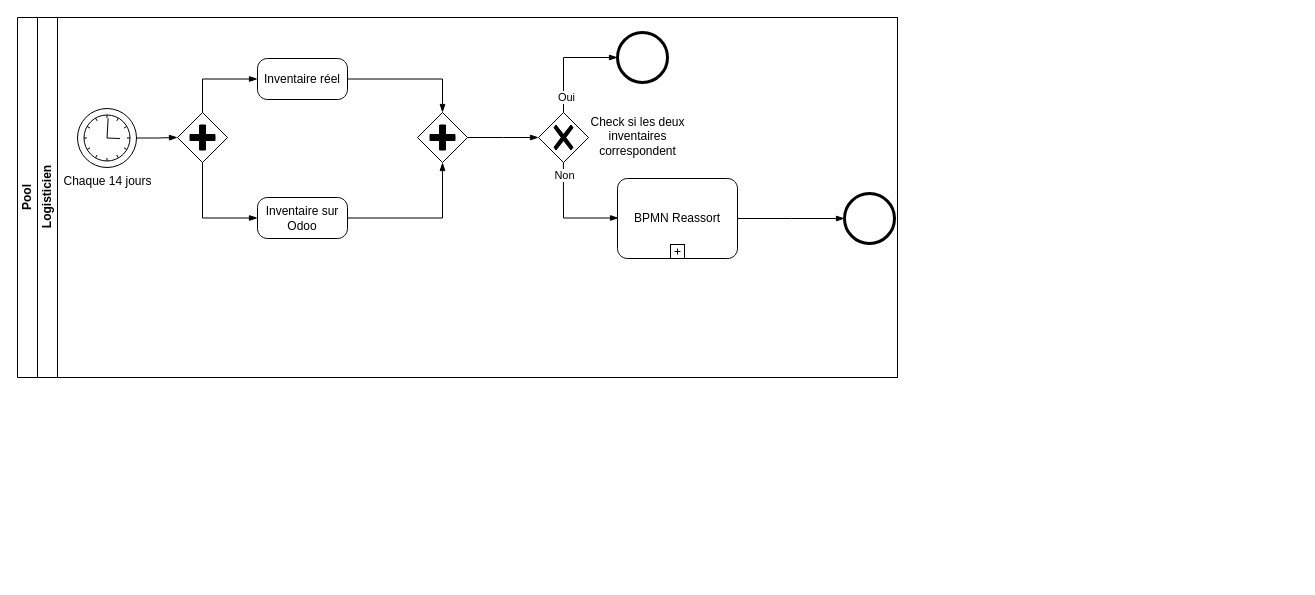
Earlier version of the draw.io diagram Inventaire.drawio (quemet/Draw.io). Source tidied: cells renumbered, new cells numbered last; positions are measured from the earlier drawing's top-left corner, leaving out a move shared by most shapes. Both pictures are drawn from the tidied source at 100%, with x=0, y=0 at pixel (17, 17).
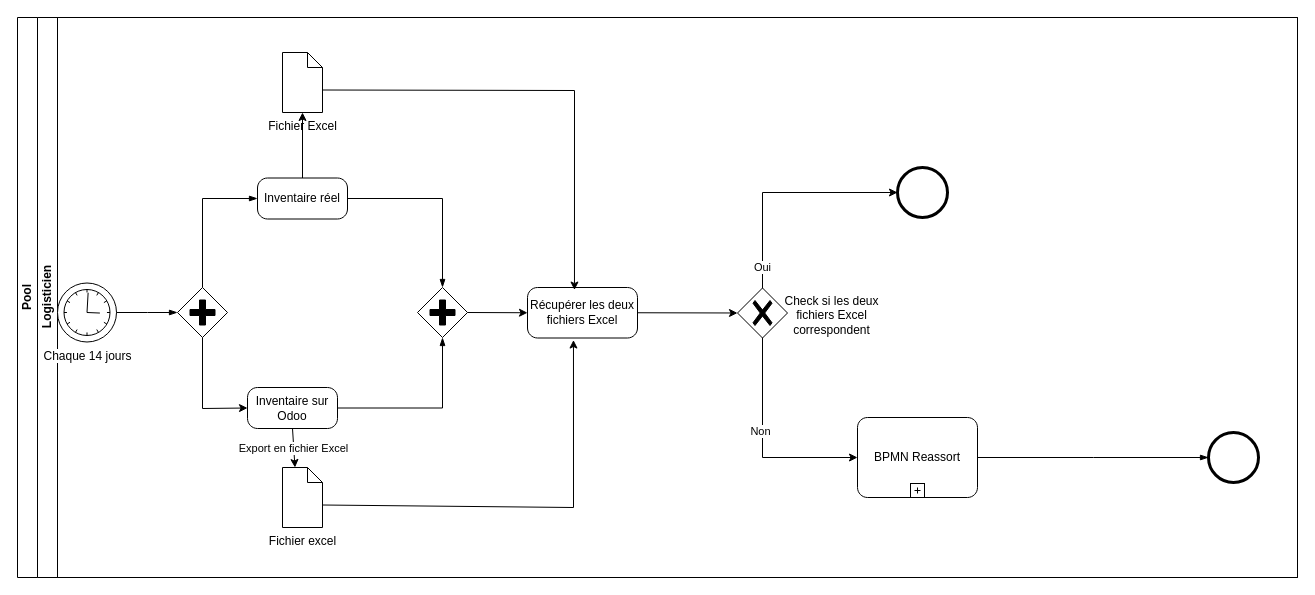
Above is the later version.

Commit message:
Mettre à jour Inventaire.drawio

Change to the diagram source:
```diff
@@
     <mxCell id="2" value="Pool" style="swimlane;html=1;horizontal=0;startSize=20;whiteSpace=wrap;" parent="1" vertex="1">
-      <mxGeometry width="880" height="360" as="geometry" />
+      <mxGeometry width="1280" height="560" as="geometry" />
     </mxCell>
     <mxCell id="3" value="Logisticien" style="swimlane;html=1;startSize=20;horizontal=0;" parent="2" vertex="1">
-      <mxGeometry x="20" width="860" height="360" as="geometry" />
+      <mxGeometry x="20" width="1260" height="560" as="geometry" />
     </mxCell>
     <mxCell id="4" value="Chaque 14 jours" style="points=[[0.145,0.145,0],[0.5,0,0],[0.855,0.145,0],[1,0.5,0],[0.855,0.855,0],[0.5,1,0],[0.145,0.855,0],[0,0.5,0]];shape=mxgraph.bpmn.event;html=1;verticalLabelPosition=bottom;labelBackgroundColor=#ffffff;verticalAlign=top;align=center;perimeter=ellipsePerimeter;outlineConnect=0;outline=standard;symbol=timer;" parent="3" vertex="1">
-      <mxGeometry x="40" y="91" width="59" height="59" as="geometry" />
+      <mxGeometry x="20" y="265.5" width="59" height="59" as="geometry" />
     </mxCell>
     <mxCell id="5" style="points=[[0.25,0.25,0],[0.5,0,0],[0.75,0.25,0],[1,0.5,0],[0.75,0.75,0],[0.5,1,0],[0.25,0.75,0],[0,0.5,0]];shape=mxgraph.bpmn.gateway2;html=1;verticalLabelPosition=bottom;labelBackgroundColor=#ffffff;verticalAlign=top;align=center;perimeter=rhombusPerimeter;outlineConnect=0;outline=none;symbol=none;gwType=parallel;" parent="3" vertex="1">
-      <mxGeometry x="140" y="95" width="50" height="50" as="geometry" />
+      <mxGeometry x="140" y="270" width="50" height="50" as="geometry" />
     </mxCell>
     <mxCell id="6" style="points=[[0.25,0.25,0],[0.5,0,0],[0.75,0.25,0],[1,0.5,0],[0.75,0.75,0],[0.5,1,0],[0.25,0.75,0],[0,0.5,0]];shape=mxgraph.bpmn.gateway2;html=1;verticalLabelPosition=bottom;labelBackgroundColor=#ffffff;verticalAlign=top;align=center;perimeter=rhombusPerimeter;outlineConnect=0;outline=none;symbol=none;gwType=parallel;" parent="3" vertex="1">
-      <mxGeometry x="380" y="95" width="50" height="50" as="geometry" />
+      <mxGeometry x="380" y="270" width="50" height="50" as="geometry" />
     </mxCell>
     <mxCell id="7" value="Inventaire réel" style="points=[[0.25,0,0],[0.5,0,0],[0.75,0,0],[1,0.25,0],[1,0.5,0],[1,0.75,0],[0.75,1,0],[0.5,1,0],[0.25,1,0],[0,0.75,0],[0,0.5,0],[0,0.25,0]];shape=mxgraph.bpmn.task;whiteSpace=wrap;rectStyle=rounded;size=10;html=1;taskMarker=abstract;" parent="3" vertex="1">
-      <mxGeometry x="220" y="41" width="90" height="41" as="geometry" />
+      <mxGeometry x="220" y="160.5" width="90" height="41" as="geometry" />
     </mxCell>
     <mxCell id="8" value="Inventaire sur Odoo" style="points=[[0.25,0,0],[0.5,0,0],[0.75,0,0],[1,0.25,0],[1,0.5,0],[1,0.75,0],[0.75,1,0],[0.5,1,0],[0.25,1,0],[0,0.75,0],[0,0.5,0],[0,0.25,0]];shape=mxgraph.bpmn.task;whiteSpace=wrap;rectStyle=rounded;size=10;html=1;taskMarker=abstract;" parent="3" vertex="1">
-      <mxGeometry x="220" y="180" width="90" height="41" as="geometry" />
+      <mxGeometry x="210" y="370" width="90" height="41" as="geometry" />
     </mxCell>
     <mxCell id="9" style="edgeStyle=elbowEdgeStyle;fontSize=12;html=1;endArrow=blockThin;endFill=1;rounded=0;entryX=0;entryY=0.5;entryDx=0;entryDy=0;entryPerimeter=0;exitX=0.5;exitY=0;exitDx=0;exitDy=0;exitPerimeter=0;" parent="3" edge="1" source="5" target="7">
       <mxGeometry relative="1" as="geometry">
         <Array as="points">
-          <mxPoint x="165" y="70" />
+          <mxPoint x="165" y="220" />
         </Array>
       </mxGeometry>
     </mxCell>
-    <mxCell id="10" style="edgeStyle=elbowEdgeStyle;fontSize=12;html=1;endArrow=blockThin;endFill=1;rounded=0;entryX=0;entryY=0.5;entryDx=0;entryDy=0;entryPerimeter=0;exitX=0.5;exitY=1;exitDx=0;exitDy=0;exitPerimeter=0;" parent="3" edge="1" source="5" target="8">
-      <mxGeometry relative="1" as="geometry">
-        <Array as="points">
-          <mxPoint x="165" y="200" />
-        </Array>
-      </mxGeometry>
-    </mxCell>
     <mxCell id="11" style="edgeStyle=elbowEdgeStyle;fontSize=12;html=1;endArrow=blockThin;endFill=1;rounded=0;entryX=0.5;entryY=0;entryDx=0;entryDy=0;entryPerimeter=0;exitX=1;exitY=0.5;exitDx=0;exitDy=0;exitPerimeter=0;" parent="3" edge="1" source="7" target="6">
       <mxGeometry relative="1" as="geometry">
         <Array as="points">
-          <mxPoint x="405" y="70" />
+          <mxPoint x="405" y="220" />
         </Array>
       </mxGeometry>
     </mxCell>
     <mxCell id="12" style="edgeStyle=elbowEdgeStyle;fontSize=12;html=1;endArrow=blockThin;endFill=1;rounded=0;entryX=0.5;entryY=1;entryDx=0;entryDy=0;entryPerimeter=0;exitX=1;exitY=0.5;exitDx=0;exitDy=0;exitPerimeter=0;" parent="3" edge="1" source="8" target="6">
       <mxGeometry relative="1" as="geometry">
         <Array as="points">
-          <mxPoint x="405" y="190" />
+          <mxPoint x="405" y="400" />
         </Array>
       </mxGeometry>
     </mxCell>
@@
-    <mxCell id="14" style="edgeStyle=elbowEdgeStyle;fontSize=12;html=1;endArrow=blockThin;endFill=1;rounded=0;exitX=1;exitY=0.5;exitDx=0;exitDy=0;exitPerimeter=0;entryX=0;entryY=0.5;entryDx=0;entryDy=0;entryPerimeter=0;" parent="3" edge="1" source="6" target="15">
-      <mxGeometry relative="1" as="geometry" />
-    </mxCell>
     <mxCell id="15" style="points=[[0.25,0.25,0],[0.5,0,0],[0.75,0.25,0],[1,0.5,0],[0.75,0.75,0],[0.5,1,0],[0.25,0.75,0],[0,0.5,0]];shape=mxgraph.bpmn.gateway2;html=1;verticalLabelPosition=bottom;labelBackgroundColor=#ffffff;verticalAlign=top;align=center;perimeter=rhombusPerimeter;outlineConnect=0;outline=none;symbol=none;gwType=exclusive;" parent="3" vertex="1">
-      <mxGeometry x="501" y="95" width="50" height="50" as="geometry" />
+      <mxGeometry x="700" y="270.5" width="50" height="50" as="geometry" />
     </mxCell>
-    <mxCell id="16" style="edgeStyle=elbowEdgeStyle;fontSize=12;html=1;endArrow=blockThin;endFill=1;rounded=0;exitX=0.5;exitY=0;exitDx=0;exitDy=0;exitPerimeter=0;entryX=0;entryY=0.5;entryDx=0;entryDy=0;entryPerimeter=0;" parent="3" edge="1" source="15" target="21">
-      <mxGeometry relative="1" as="geometry">
-        <Array as="points">
-          <mxPoint x="526" y="60" />
-        </Array>
-      </mxGeometry>
-    </mxCell>
-    <mxCell id="17" value="Oui" style="edgeLabel;html=1;align=center;verticalAlign=middle;" parent="16" vertex="1">
-      <mxGeometry x="-0.71" y="-2" relative="1" as="geometry" />
-    </mxCell>
-    <mxCell id="18" value="Check si les deux inventaires correspondent" style="text;html=1;strokeColor=none;fillColor=none;align=center;verticalAlign=middle;whiteSpace=wrap;rounded=0;" parent="3" vertex="1">
-      <mxGeometry x="551" y="91" width="99" height="55" as="geometry" />
+    <mxCell id="18" value="Check si les deux fichiers Excel correspondent" style="text;html=1;strokeColor=none;fillColor=none;align=center;verticalAlign=middle;whiteSpace=wrap;rounded=0;" parent="3" vertex="1">
+      <mxGeometry x="745" y="270.5" width="99" height="55" as="geometry" />
     </mxCell>
-    <mxCell id="19" style="edgeStyle=elbowEdgeStyle;fontSize=12;html=1;endArrow=blockThin;endFill=1;rounded=0;entryX=0;entryY=0.5;entryDx=0;entryDy=0;entryPerimeter=0;" parent="3" edge="1">
-      <mxGeometry relative="1" as="geometry">
-        <mxPoint x="525.9" y="145" as="sourcePoint" />
-        <mxPoint x="581" y="200.5" as="targetPoint" />
-        <Array as="points">
-          <mxPoint x="526" y="200" />
-        </Array>
-      </mxGeometry>
-    </mxCell>
-    <mxCell id="20" value="Non" style="edgeLabel;html=1;align=center;verticalAlign=middle;" parent="19" vertex="1">
-      <mxGeometry x="-0.76" relative="1" as="geometry" />
-    </mxCell>
     <mxCell id="21" style="points=[[0.145,0.145,0],[0.5,0,0],[0.855,0.145,0],[1,0.5,0],[0.855,0.855,0],[0.5,1,0],[0.145,0.855,0],[0,0.5,0]];shape=mxgraph.bpmn.event;html=1;verticalLabelPosition=bottom;labelBackgroundColor=#ffffff;verticalAlign=top;align=center;perimeter=ellipsePerimeter;outlineConnect=0;outline=end;symbol=terminate2;" parent="3" vertex="1">
-      <mxGeometry x="580" y="15" width="50" height="50" as="geometry" />
+      <mxGeometry x="860" y="150" width="50" height="50" as="geometry" />
     </mxCell>
     <mxCell id="22" value="BPMN Reassort" style="points=[[0.25,0,0],[0.5,0,0],[0.75,0,0],[1,0.25,0],[1,0.5,0],[1,0.75,0],[0.75,1,0],[0.5,1,0],[0.25,1,0],[0,0.75,0],[0,0.5,0],[0,0.25,0]];shape=mxgraph.bpmn.task;whiteSpace=wrap;rectStyle=rounded;size=10;html=1;taskMarker=abstract;isLoopSub=1;" parent="3" vertex="1">
-      <mxGeometry x="580" y="161" width="120" height="80" as="geometry" />
+      <mxGeometry x="820" y="400" width="120" height="80" as="geometry" />
     </mxCell>
     <mxCell id="23" style="points=[[0.145,0.145,0],[0.5,0,0],[0.855,0.145,0],[1,0.5,0],[0.855,0.855,0],[0.5,1,0],[0.145,0.855,0],[0,0.5,0]];shape=mxgraph.bpmn.event;html=1;verticalLabelPosition=bottom;labelBackgroundColor=#ffffff;verticalAlign=top;align=center;perimeter=ellipsePerimeter;outlineConnect=0;outline=end;symbol=terminate2;" parent="3" vertex="1">
-      <mxGeometry x="807" y="176" width="50" height="50" as="geometry" />
+      <mxGeometry x="1171" y="415" width="50" height="50" as="geometry" />
     </mxCell>
@@
+    <mxCell id="25" value="Fichier excel" style="shape=mxgraph.bpmn.data;labelPosition=center;verticalLabelPosition=bottom;align=center;verticalAlign=top;size=15;html=1;" parent="3" vertex="1">
+      <mxGeometry x="245" y="450" width="40" height="60" as="geometry" />
+    </mxCell>
+    <mxCell id="26" value="Export en fichier Excel" style="endArrow=classic;html=1;rounded=0;exitX=0.5;exitY=1;exitDx=0;exitDy=0;exitPerimeter=0;entryX=0;entryY=0;entryDx=12.5;entryDy=0;entryPerimeter=0;" parent="3" edge="1" source="8" target="25">
+      <mxGeometry relative="1" as="geometry" />
+    </mxCell>
+    <mxCell id="10" style="endArrow=classic;html=1;rounded=0;exitX=0.5;exitY=1;exitDx=0;exitDy=0;exitPerimeter=0;entryX=0;entryY=0.5;entryDx=0;entryDy=0;entryPerimeter=0;" parent="3" edge="1" source="5" target="8">
+      <mxGeometry relative="1" as="geometry">
+        <Array as="points">
+          <mxPoint x="165" y="391" />
+        </Array>
+      </mxGeometry>
+    </mxCell>
+    <mxCell id="27" value="Récupérer les deux fichiers Excel" style="points=[[0.25,0,0],[0.5,0,0],[0.75,0,0],[1,0.25,0],[1,0.5,0],[1,0.75,0],[0.75,1,0],[0.5,1,0],[0.25,1,0],[0,0.75,0],[0,0.5,0],[0,0.25,0]];shape=mxgraph.bpmn.task;whiteSpace=wrap;rectStyle=rounded;size=10;html=1;taskMarker=abstract;" parent="3" vertex="1">
+      <mxGeometry x="490" y="270" width="110" height="50.5" as="geometry" />
+    </mxCell>
+    <mxCell id="28" style="endArrow=classic;html=1;rounded=0;entryX=0;entryY=0.5;entryDx=0;entryDy=0;entryPerimeter=0;exitX=1;exitY=0.5;exitDx=0;exitDy=0;exitPerimeter=0;" parent="3" edge="1" source="6" target="27">
+      <mxGeometry relative="1" as="geometry" />
+    </mxCell>
+    <mxCell id="29" style="endArrow=classic;html=1;rounded=0;entryX=0.418;entryY=1.04;entryDx=0;entryDy=0;entryPerimeter=0;exitX=0;exitY=0;exitDx=40;exitDy=37.5;exitPerimeter=0;" parent="3" edge="1" source="25" target="27">
+      <mxGeometry relative="1" as="geometry">
+        <Array as="points">
+          <mxPoint x="536" y="490" />
+        </Array>
+      </mxGeometry>
+    </mxCell>
+    <mxCell id="30" value="Fichier Excel" style="shape=mxgraph.bpmn.data;labelPosition=center;verticalLabelPosition=bottom;align=center;verticalAlign=top;size=15;html=1;" parent="3" vertex="1">
+      <mxGeometry x="245" y="35" width="40" height="60" as="geometry" />
+    </mxCell>
+    <mxCell id="31" style="endArrow=classic;html=1;rounded=0;entryX=0.5;entryY=1;entryDx=0;entryDy=0;entryPerimeter=0;exitX=0.5;exitY=0;exitDx=0;exitDy=0;exitPerimeter=0;" parent="3" edge="1" source="7" target="30">
+      <mxGeometry relative="1" as="geometry" />
+    </mxCell>
+    <mxCell id="32" style="endArrow=classic;html=1;rounded=0;exitX=0;exitY=0;exitDx=40;exitDy=37.5;exitPerimeter=0;entryX=0.427;entryY=0.05;entryDx=0;entryDy=0;entryPerimeter=0;" parent="3" edge="1" source="30" target="27">
+      <mxGeometry relative="1" as="geometry">
+        <Array as="points">
+          <mxPoint x="537" y="73" />
+        </Array>
+      </mxGeometry>
+    </mxCell>
+    <mxCell id="33" style="endArrow=classic;html=1;rounded=0;exitX=0.5;exitY=1;exitDx=0;exitDy=0;exitPerimeter=0;entryX=0;entryY=0.5;entryDx=0;entryDy=0;entryPerimeter=0;" parent="3" edge="1" source="15" target="22">
+      <mxGeometry relative="1" as="geometry">
+        <Array as="points">
+          <mxPoint x="725" y="440" />
+        </Array>
+      </mxGeometry>
+    </mxCell>
+    <mxCell id="20" value="Non" style="edgeLabel;html=1;align=center;verticalAlign=middle;" parent="33" vertex="1">
+      <mxGeometry x="-0.13" y="-3" relative="1" as="geometry" />
+    </mxCell>
+    <mxCell id="16" style="endArrow=classic;html=1;rounded=0;exitX=0.5;exitY=0;exitDx=0;exitDy=0;exitPerimeter=0;entryX=0;entryY=0.5;entryDx=0;entryDy=0;entryPerimeter=0;" parent="3" edge="1" source="15" target="21">
+      <mxGeometry relative="1" as="geometry">
+        <Array as="points">
+          <mxPoint x="725" y="175" />
+        </Array>
+      </mxGeometry>
+    </mxCell>
+    <mxCell id="17" value="Oui" style="edgeLabel;html=1;align=center;verticalAlign=middle;" parent="16" vertex="1">
+      <mxGeometry x="-0.82" y="1" relative="1" as="geometry" />
+    </mxCell>
+    <mxCell id="34" style="endArrow=classic;html=1;rounded=0;exitX=1;exitY=0.5;exitDx=0;exitDy=0;exitPerimeter=0;entryX=0;entryY=0.5;entryDx=0;entryDy=0;entryPerimeter=0;" parent="3" edge="1" source="27" target="15">
+      <mxGeometry relative="1" as="geometry" />
+    </mxCell>
```
